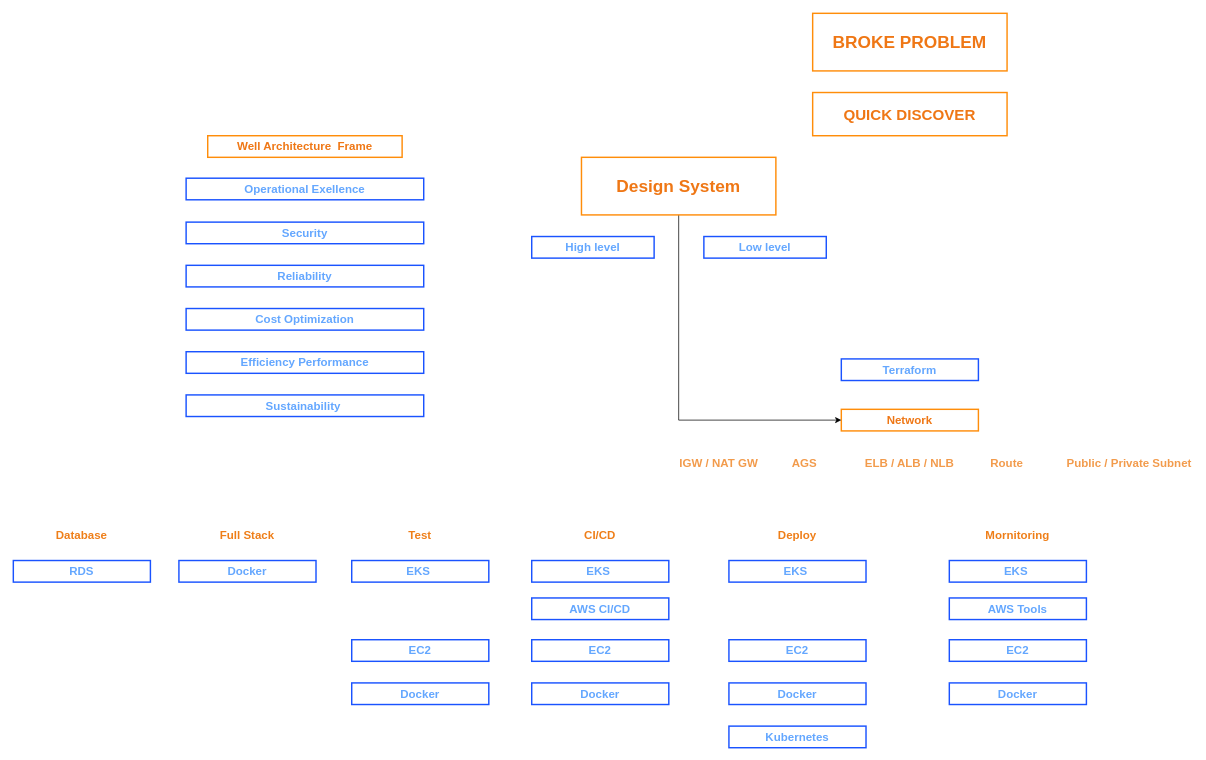
HoangGuruu/drawCloud keeps this draw.io diagram as MindSet.drawio. Above is the earlier version. Source tidied: cells renumbered, new cells numbered last; positions are measured from the earlier drawing's top-left corner, leaving out a move shared by most shapes. Both pictures are drawn from the tidied source at 72%, with x=0, y=0 at pixel (13, 13).
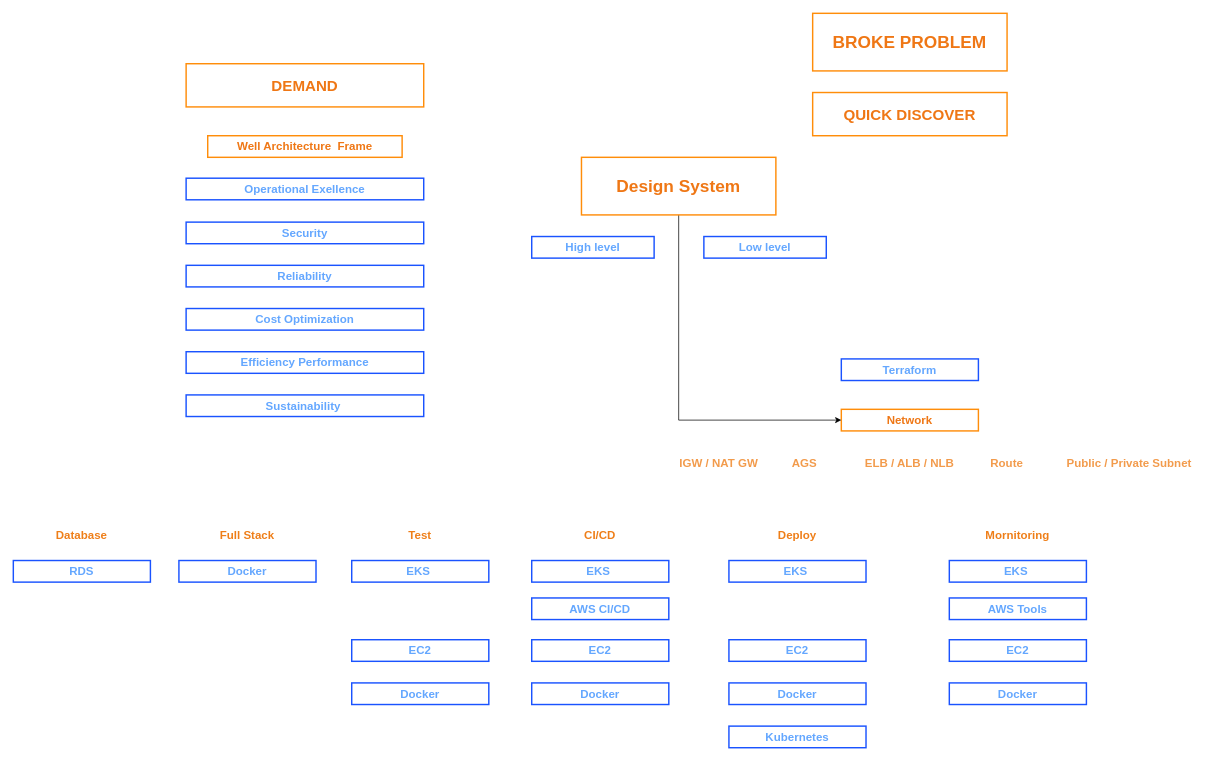
The same diagram, later.

Commit message:
Cập nhật MindSet.drawio

Diff of the diagram source:
```diff
@@
+    <mxCell id="45" value="DEMAND" style="text;html=1;strokeColor=#ff8d0a;fillColor=none;align=center;verticalAlign=middle;whiteSpace=wrap;rounded=0;fontSize=21;fontStyle=1;fontColor=#ef7715;strokeWidth=2;" parent="1" vertex="1">
+      <mxGeometry x="240" y="70" width="330" height="60" as="geometry" />
+    </mxCell>
```
